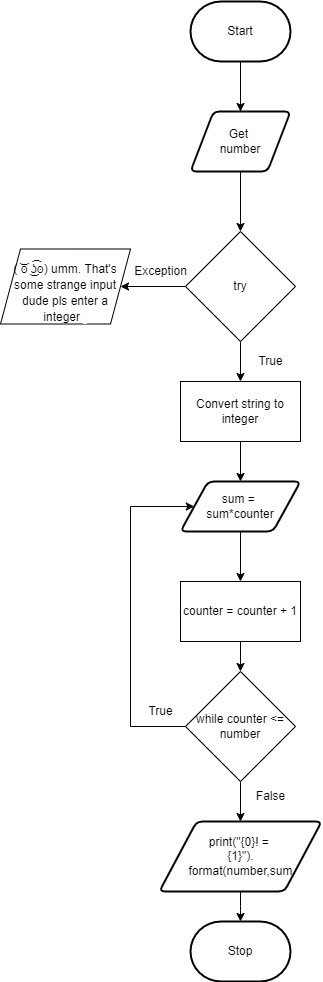
Above: flowchart.png in Huzaifa-Khalid-2/ICS3U-Unit4-02-Python (draw.io), before the change. Source tidied: cells renumbered, new cells last; positions are measured from the earlier drawing's top-left corner, leaving out a move shared by most shapes.
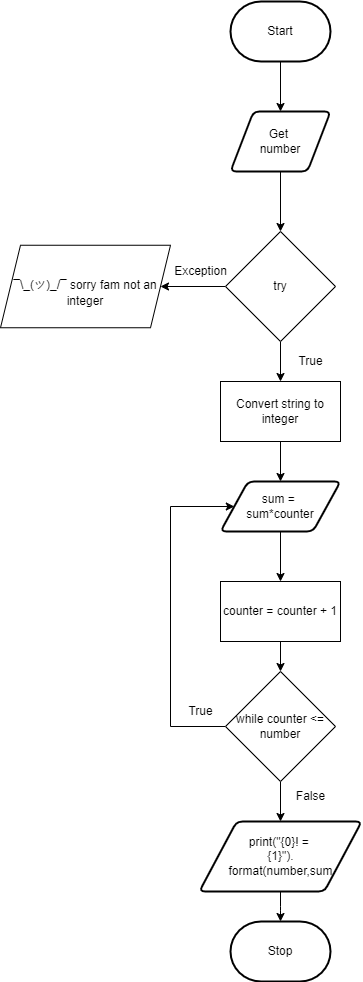
Later version of the same file.

What changed in the source:
```diff
@@ -53,8 +53,8 @@
     <mxCell id="16" value="Exception" style="text;html=1;align=center;verticalAlign=middle;strokeColor=none;fillColor=none;" parent="1" vertex="1">
       <mxGeometry x="125" y="260" width="70" height="20" as="geometry" />
     </mxCell>
-    <mxCell id="17" value="&lt;h2 style=&quot;box-sizing: border-box ; font-family: &amp;#34;arial&amp;#34; , &amp;#34;helvetica&amp;#34; , &amp;#34;open sans&amp;#34; ; font-weight: 500 ; line-height: 14px ; margin-top: 20px ; margin-bottom: 10px&quot;&gt;&lt;span style=&quot;box-sizing: border-box ; font-size: 12px&quot;&gt;( ͝סּ ͜ʖ͡סּ) umm. That's some strange input dude pls enter a integer&amp;nbsp;&lt;span style=&quot;background-color: rgb(255 , 255 , 255)&quot;&gt;&amp;nbsp;&lt;/span&gt;&lt;/span&gt;&lt;/h2&gt;" style="shape=parallelogram;perimeter=parallelogramPerimeter;whiteSpace=wrap;html=1;fixedSize=1;" parent="1" vertex="1">
-      <mxGeometry y="247.5" width="130" height="75" as="geometry" />
+    <mxCell id="17" value="&lt;h2 style=&quot;box-sizing: border-box ; line-height: 14px ; margin-top: 20px ; margin-bottom: 10px&quot;&gt;&lt;font face=&quot;arial, helvetica, open sans&quot;&gt;&lt;span style=&quot;font-size: 12px ; font-weight: 500&quot;&gt;¯\_(ツ)_/¯ sorry fam not an integer&lt;/span&gt;&lt;/font&gt;&lt;br&gt;&lt;/h2&gt;" style="shape=parallelogram;perimeter=parallelogramPerimeter;whiteSpace=wrap;html=1;fixedSize=1;" parent="1" vertex="1">
+      <mxGeometry x="-40" y="243.8" width="170" height="82.5" as="geometry" />
     </mxCell>
     <mxCell id="18" style="edgeStyle=none;html=1;entryX=0.5;entryY=0;entryDx=0;entryDy=0;fontSize=12;" parent="1" edge="1" source="19" target="21">
       <mxGeometry relative="1" as="geometry" />
```
